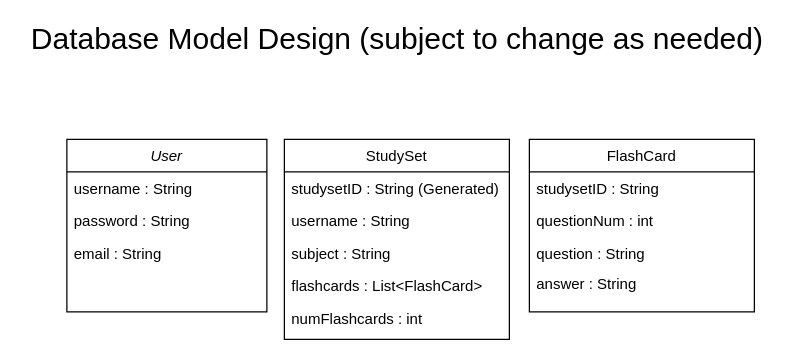
The draw.io diagram design/DatabaseModels.drawio in janderson4671/buddy-study, before the edit. Source tidied: cells renumbered, new cells numbered last; positions are measured from the earlier drawing's top-left corner, leaving out a move shared by most shapes. Both pictures are drawn from the tidied source at 125%, with x=0, y=0 at pixel (21, 26).
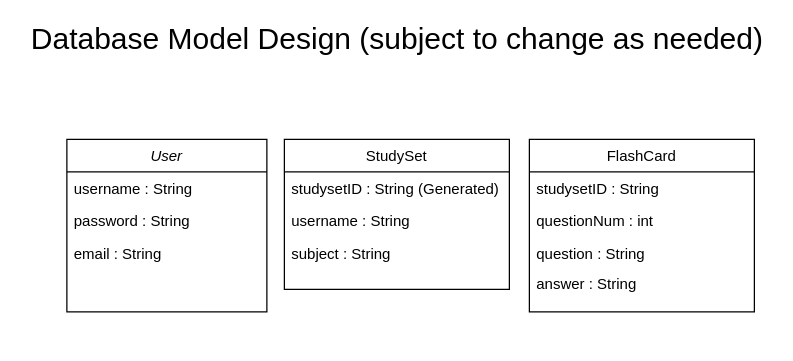
The same page after the edit.

Commit message (it also covers changes not shown here):
Update API design and database model design

What changed in the source:
```diff
@@
 <mxGraphModel>
   <root>
     <mxCell id="0" />
     <mxCell id="1" parent="0" />
     <mxCell id="2" value="User" style="swimlane;fontStyle=2;align=center;verticalAlign=top;horizontal=1;startSize=26;rounded=0;shadow=0;strokeWidth=1;" parent="1" vertex="1">
       <mxGeometry x="36" y="90" width="160" height="138" as="geometry" />
     </mxCell>
     <mxCell id="3" value="username : String" style="text;align=left;verticalAlign=top;spacingLeft=4;spacingRight=4;overflow=hidden;" parent="2" vertex="1">
       <mxGeometry y="26" width="160" height="26" as="geometry" />
     </mxCell>
     <mxCell id="4" value="password : String" style="text;align=left;verticalAlign=top;spacingLeft=4;spacingRight=4;overflow=hidden;rounded=0;shadow=0;html=0;" parent="2" vertex="1">
       <mxGeometry y="52" width="160" height="26" as="geometry" />
     </mxCell>
     <mxCell id="5" value="email : String" style="text;align=left;verticalAlign=top;spacingLeft=4;spacingRight=4;overflow=hidden;rounded=0;shadow=0;html=0;" parent="2" vertex="1">
       <mxGeometry y="78" width="160" height="26" as="geometry" />
     </mxCell>
     <mxCell id="6" value="FlashCard" style="swimlane;fontStyle=0;align=center;verticalAlign=top;horizontal=1;startSize=26;rounded=0;shadow=0;strokeWidth=1;" parent="1" vertex="1">
       <mxGeometry x="406" y="90" width="180" height="138" as="geometry" />
     </mxCell>
     <mxCell id="7" value="studysetID : String" style="text;align=left;verticalAlign=top;spacingLeft=4;spacingRight=4;overflow=hidden;" parent="6" vertex="1">
       <mxGeometry y="26" width="180" height="26" as="geometry" />
     </mxCell>
     <mxCell id="8" value="questionNum : int" style="text;align=left;verticalAlign=top;spacingLeft=4;spacingRight=4;overflow=hidden;rounded=0;shadow=0;html=0;" parent="6" vertex="1">
       <mxGeometry y="52" width="180" height="26" as="geometry" />
     </mxCell>
     <mxCell id="9" value="question : String" style="text;align=left;verticalAlign=top;spacingLeft=4;spacingRight=4;overflow=hidden;" parent="6" vertex="1">
       <mxGeometry y="78" width="180" height="24" as="geometry" />
     </mxCell>
     <mxCell id="10" value="answer : String" style="text;align=left;verticalAlign=top;spacingLeft=4;spacingRight=4;overflow=hidden;" parent="6" vertex="1">
       <mxGeometry y="102" width="180" height="24" as="geometry" />
     </mxCell>
     <mxCell id="11" value="StudySet" style="swimlane;fontStyle=0;align=center;verticalAlign=top;horizontal=1;startSize=26;rounded=0;shadow=0;strokeWidth=1;" parent="1" vertex="1">
-      <mxGeometry x="210" y="90" width="180" height="160" as="geometry" />
+      <mxGeometry x="210" y="90" width="180" height="120" as="geometry" />
     </mxCell>
     <mxCell id="12" value="studysetID : String (Generated)" style="text;align=left;verticalAlign=top;spacingLeft=4;spacingRight=4;overflow=hidden;" parent="11" vertex="1">
       <mxGeometry y="26" width="180" height="26" as="geometry" />
     </mxCell>
     <mxCell id="13" value="username : String" style="text;align=left;verticalAlign=top;spacingLeft=4;spacingRight=4;overflow=hidden;rounded=0;shadow=0;html=0;" parent="11" vertex="1">
       <mxGeometry y="52" width="180" height="26" as="geometry" />
     </mxCell>
     <mxCell id="14" value="subject : String" style="text;align=left;verticalAlign=top;spacingLeft=4;spacingRight=4;overflow=hidden;rounded=0;shadow=0;html=0;" parent="11" vertex="1">
       <mxGeometry y="78" width="180" height="26" as="geometry" />
     </mxCell>
-    <mxCell id="15" value="flashcards : List&lt;FlashCard&gt;" style="text;align=left;verticalAlign=top;spacingLeft=4;spacingRight=4;overflow=hidden;rounded=0;shadow=0;html=0;" parent="11" vertex="1">
-      <mxGeometry y="104" width="180" height="26" as="geometry" />
-    </mxCell>
-    <mxCell id="16" value="numFlashcards : int" style="text;align=left;verticalAlign=top;spacingLeft=4;spacingRight=4;overflow=hidden;rounded=0;shadow=0;html=0;" parent="11" vertex="1">
-      <mxGeometry y="130" width="180" height="26" as="geometry" />
-    </mxCell>
     <mxCell id="17" value="&lt;font style=&quot;font-size: 24px&quot;&gt;Database Model Design (subject to change as needed)&lt;/font&gt;" style="text;html=1;align=center;verticalAlign=middle;strokeColor=none;fillColor=none;" parent="1" vertex="1">
       <mxGeometry width="600" height="20" as="geometry" />
     </mxCell>
   </root>
 </mxGraphModel>
```
